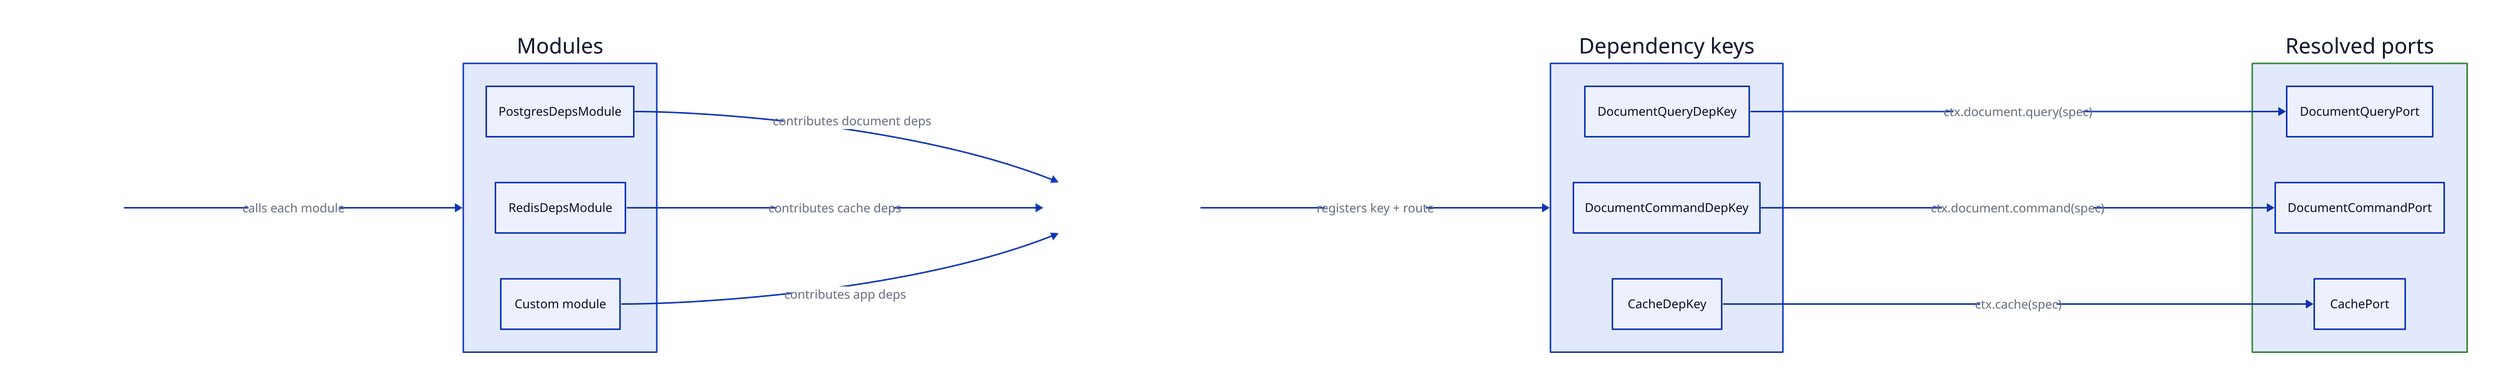
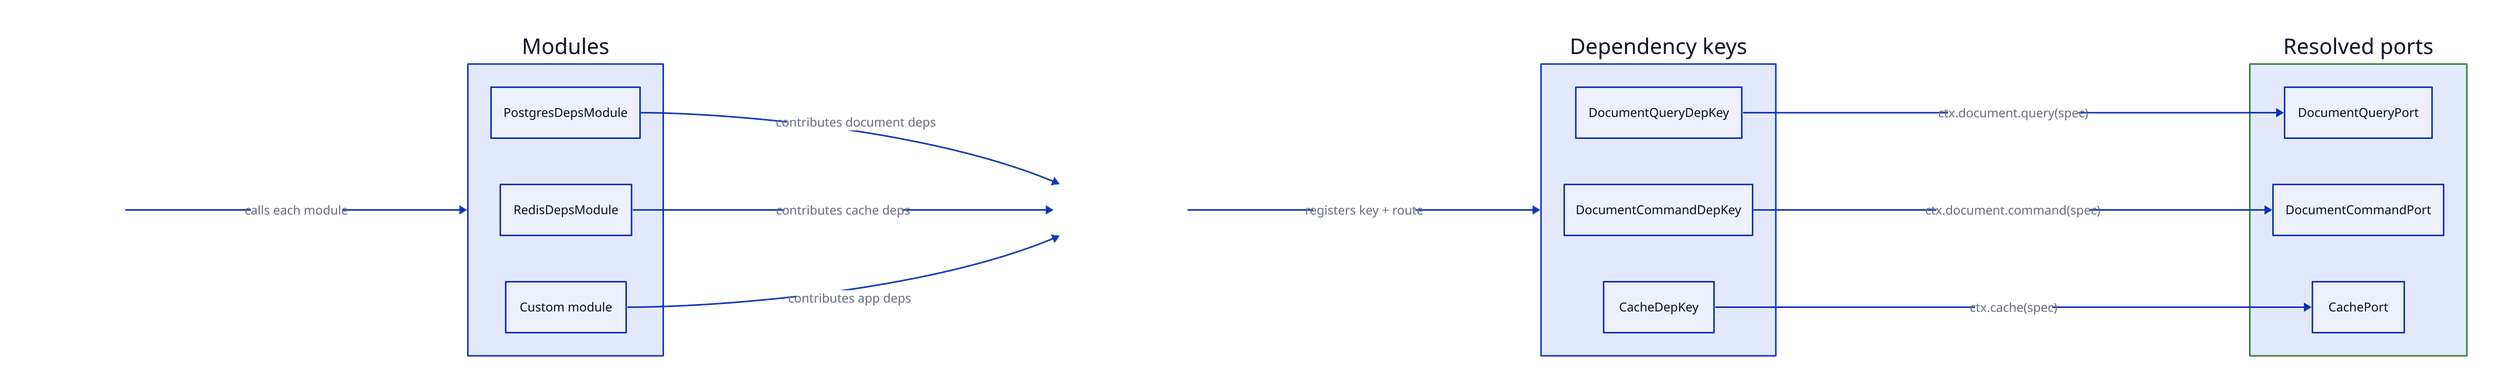
style: {
    fill: transparent
}

vars: {
    d2-config: {
        pad: 42
    }
}

direction: right

- DepsPlan: {
+ DepsRegistry: {
    shape: rectangle
    label: |md
-         ### DepsPlan
+         ### DepsRegistry
        Ordered modules
    |
}

Modules: {
    shape: rectangle
    label: Modules

    postgres: PostgresDepsModule
    redis: RedisDepsModule
    custom: Custom module
}

Deps: {
    shape: rectangle
    style: {
        stroke: "#4a90d9"
    }
    label: |md
        ### Deps
-         Merged dependency container
+         Merged registration blobs
    |
}

Keys: {
    shape: rectangle
    label: Dependency keys

    doc_query: DocumentQueryDepKey
    doc_command: DocumentCommandDepKey
    cache: CacheDepKey
}

Ports: {
    shape: rectangle
    style: {
        stroke: "#2e7d32"
    }
    label: Resolved ports

    query: DocumentQueryPort
    command: DocumentCommandPort
    cache_port: CachePort
}

- DepsPlan -> Modules: calls each module
+ DepsRegistry -> Modules: calls each module
Modules.postgres -> Deps: contributes document deps
Modules.redis -> Deps: contributes cache deps
Modules.custom -> Deps: contributes app deps
Deps -> Keys: registers key + route
Keys.doc_query -> Ports.query: ctx.document.query(spec)
Keys.doc_command -> Ports.command: ctx.document.command(spec)
Keys.cache -> Ports.cache_port: ctx.cache(spec)
